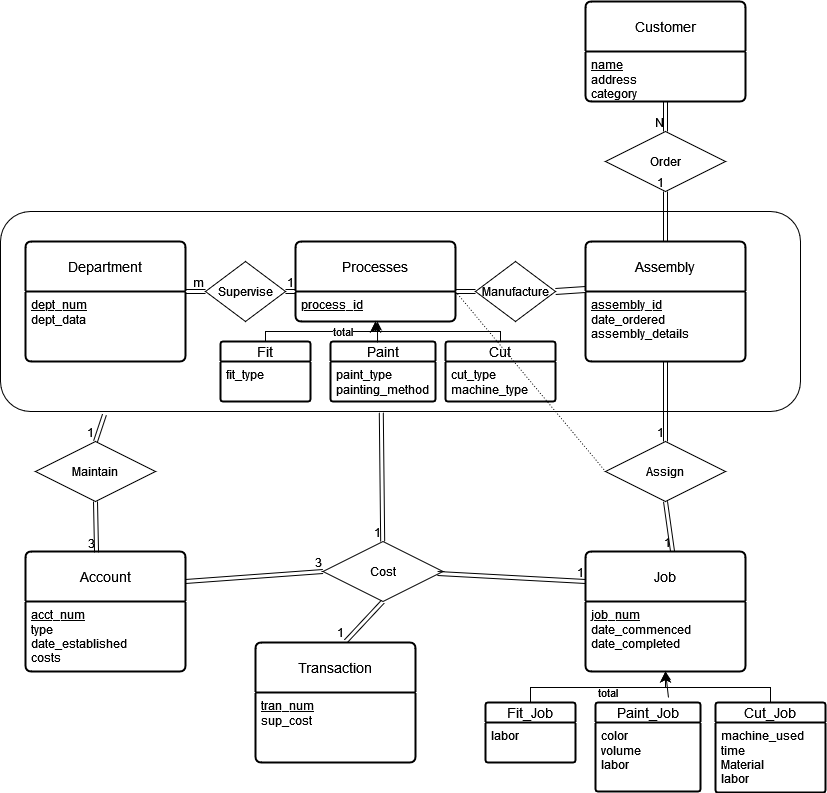
Before: Project/Project.png, a diagram exported from draw.io (nurfnick/DBMS). Source tidied: cells renumbered, new cells last; positions are measured from the earlier drawing's top-left corner, leaving out a move shared by most shapes.
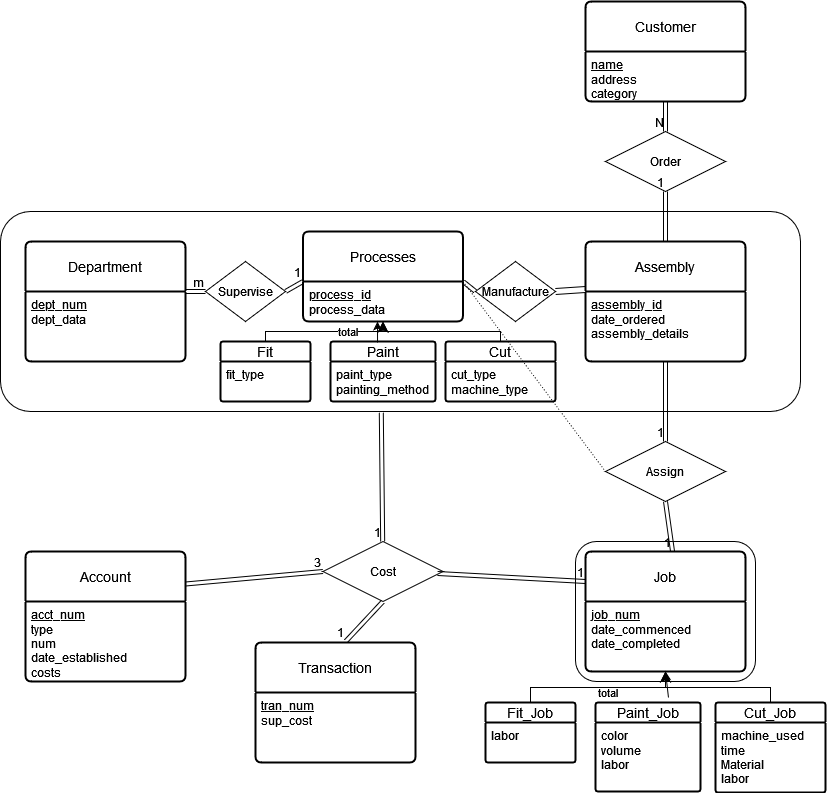
After the commit.

The edit, as a diff of the source:
```diff
@@ -2,6 +2,9 @@
   <root>
     <mxCell id="0" />
     <mxCell id="1" parent="0" />
+    <mxCell id="73" style="rounded=1;whiteSpace=wrap;html=1;" parent="1" vertex="1">
+      <mxGeometry x="575" y="540" width="180" height="140" as="geometry" />
+    </mxCell>
     <mxCell id="2" style="rounded=1;whiteSpace=wrap;html=1;" parent="1" vertex="1">
       <mxGeometry y="210" width="800" height="200" as="geometry" />
     </mxCell>
@@ -24,10 +27,10 @@
       <mxGeometry y="50" width="160" height="70" as="geometry" />
     </mxCell>
     <mxCell id="9" value="Processes" style="swimlane;horizontal=1;startSize=50;rounded=1;fontSize=14;fontStyle=0;strokeWidth=2;shadow=0;dashed=0;align=center;arcSize=4;whiteSpace=wrap;html=1;" parent="1" vertex="1">
-      <mxGeometry x="295" y="240" width="160" height="80" as="geometry" />
+      <mxGeometry x="302.5" y="230" width="160" height="90" as="geometry" />
     </mxCell>
-    <mxCell id="10" value="&lt;u&gt;process_id&lt;/u&gt;" style="align=left;strokeColor=none;fillColor=none;spacingLeft=4;fontSize=12;verticalAlign=top;html=1;" parent="9" vertex="1">
-      <mxGeometry y="50" width="160" height="30" as="geometry" />
+    <mxCell id="10" value="&lt;div&gt;&lt;u&gt;process_id&lt;br&gt;&lt;/u&gt;&lt;/div&gt;&lt;div&gt;process_data&lt;u&gt;&lt;br&gt;&lt;/u&gt;&lt;/div&gt;" style="align=left;strokeColor=none;fillColor=none;spacingLeft=4;fontSize=12;verticalAlign=top;html=1;" parent="9" vertex="1">
+      <mxGeometry y="50" width="160" height="40" as="geometry" />
     </mxCell>
     <mxCell id="11" value="Manufacture" style="shape=rhombus;perimeter=rhombusPerimeter;whiteSpace=wrap;html=1;align=center;" parent="1" vertex="1">
       <mxGeometry x="475" y="260" width="80" height="60" as="geometry" />
@@ -107,10 +110,10 @@
       <mxGeometry x="1" relative="1" as="geometry" />
     </mxCell>
     <mxCell id="36" value="Account" style="swimlane;horizontal=1;startSize=50;rounded=1;fontSize=14;fontStyle=0;strokeWidth=2;shadow=0;dashed=0;align=center;arcSize=4;whiteSpace=wrap;html=1;" parent="1" vertex="1">
-      <mxGeometry x="25" y="550" width="160" height="120" as="geometry" />
+      <mxGeometry x="25" y="550" width="160" height="130" as="geometry" />
     </mxCell>
-    <mxCell id="37" value="&lt;div&gt;&lt;u&gt;acct_num&lt;/u&gt;&lt;/div&gt;&lt;div&gt;type&lt;/div&gt;&lt;div&gt;date_established&lt;/div&gt;&lt;div&gt;costs&lt;br&gt;&lt;/div&gt;" style="align=left;strokeColor=none;fillColor=none;spacingLeft=4;fontSize=12;verticalAlign=top;html=1;" parent="36" vertex="1">
-      <mxGeometry y="50" width="160" height="70" as="geometry" />
+    <mxCell id="37" value="&lt;div&gt;&lt;u&gt;acct_num&lt;/u&gt;&lt;/div&gt;&lt;div&gt;type&lt;/div&gt;&lt;div&gt;num&lt;br&gt;&lt;/div&gt;&lt;div&gt;date_established&lt;/div&gt;&lt;div&gt;costs&lt;br&gt;&lt;/div&gt;" style="align=left;strokeColor=none;fillColor=none;spacingLeft=4;fontSize=12;verticalAlign=top;html=1;" parent="36" vertex="1">
+      <mxGeometry y="50" width="160" height="80" as="geometry" />
     </mxCell>
     <mxCell id="38" value="Job" style="swimlane;horizontal=1;startSize=50;rounded=1;fontSize=14;fontStyle=0;strokeWidth=2;shadow=0;dashed=0;align=center;arcSize=4;whiteSpace=wrap;html=1;" parent="1" vertex="1">
       <mxGeometry x="585" y="550" width="160" height="120" as="geometry" />
@@ -139,21 +142,6 @@
     <mxCell id="46" value="1" style="html=1;whiteSpace=wrap;align=right;verticalAlign=bottom;" parent="45" vertex="1">
       <mxGeometry x="1" relative="1" as="geometry" />
     </mxCell>
-    <mxCell id="47" value="Maintain" style="shape=rhombus;perimeter=rhombusPerimeter;whiteSpace=wrap;html=1;align=center;" parent="1" vertex="1">
-      <mxGeometry x="35" y="440" width="120" height="60" as="geometry" />
-    </mxCell>
-    <mxCell id="48" style="shape=link;html=1;rounded=0;exitX=0.13;exitY=1.015;exitDx=0;exitDy=0;exitPerimeter=0;entryX=0.5;entryY=0;entryDx=0;entryDy=0;" parent="1" edge="1" source="2" target="47">
-      <mxGeometry relative="1" as="geometry" />
-    </mxCell>
-    <mxCell id="49" value="1" style="html=1;whiteSpace=wrap;align=right;verticalAlign=bottom;" parent="48" vertex="1">
-      <mxGeometry x="1" relative="1" as="geometry" />
-    </mxCell>
-    <mxCell id="50" style="shape=link;html=1;rounded=0;exitX=0.5;exitY=1;exitDx=0;exitDy=0;entryX=0.444;entryY=0.008;entryDx=0;entryDy=0;entryPerimeter=0;" parent="1" edge="1" source="47" target="36">
-      <mxGeometry relative="1" as="geometry" />
-    </mxCell>
-    <mxCell id="51" value="3" style="html=1;whiteSpace=wrap;align=right;verticalAlign=bottom;" parent="50" vertex="1">
-      <mxGeometry x="1" relative="1" as="geometry" />
-    </mxCell>
     <mxCell id="52" value="Fit_Job" style="swimlane;horizontal=1;startSize=20;rounded=1;fontSize=14;fontStyle=0;strokeWidth=2;shadow=0;dashed=0;align=center;arcSize=4;whiteSpace=wrap;html=1;" parent="1" vertex="1">
       <mxGeometry x="485" y="701" width="90" height="60" as="geometry" />
     </mxCell>
```
